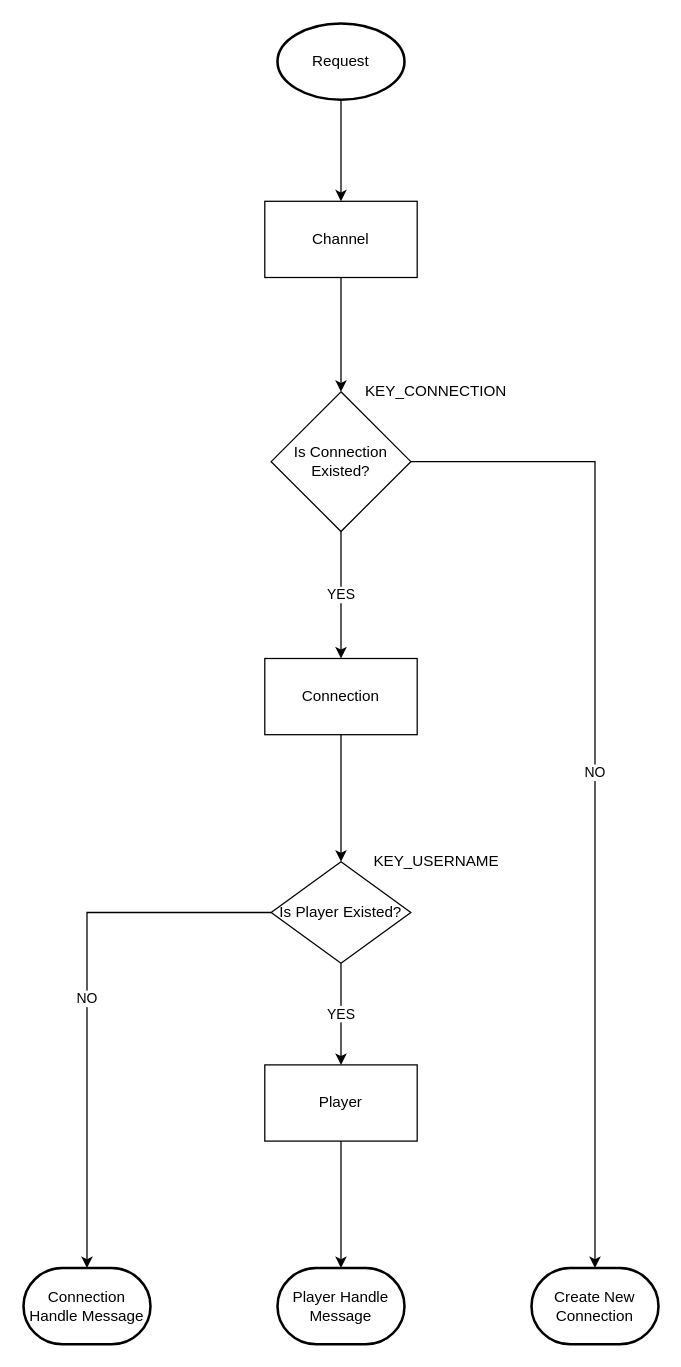
Earlier version of the draw.io diagram page "Channel Mechanism" (1 of 4) of documents/flowchart/tenio.drawio (congcoi123/tenio). Source tidied: cells renumbered, new cells numbered last; positions are measured from the earlier drawing's top-left corner, leaving out a move shared by most shapes. Both pictures are drawn from the tidied source at 127%, with x=0, y=0 at pixel (23, 23).
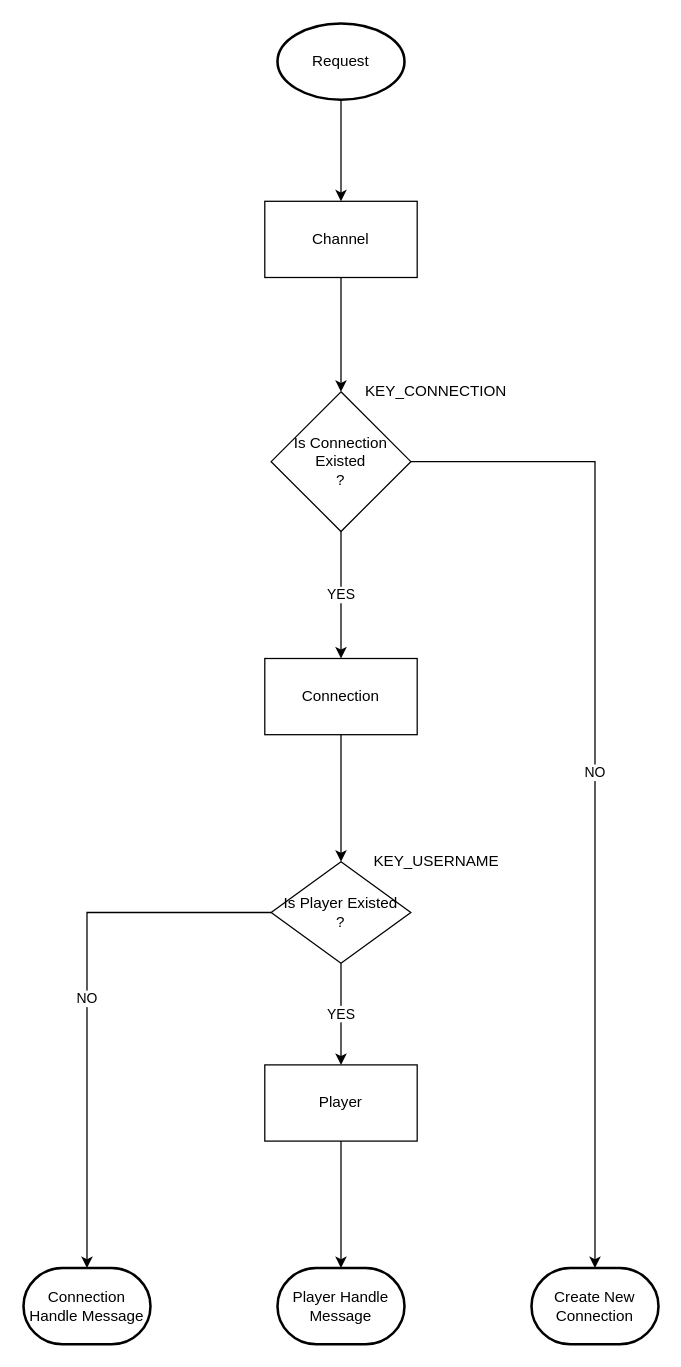
The same page after the edit.

The edit, as a diff of the source:
```diff
@@
-    <mxCell id="8" value="Is Player Existed?" style="rhombus;whiteSpace=wrap;html=1;" parent="1" vertex="1">
+    <mxCell id="8" value="Is Player Existed&lt;br&gt;?" style="rhombus;whiteSpace=wrap;html=1;" parent="1" vertex="1">
       <mxGeometry x="195" y="660" width="110" height="80" as="geometry" />
     </mxCell>
@@
-    <mxCell id="15" value="Is Connection Existed?" style="rhombus;whiteSpace=wrap;html=1;" parent="1" vertex="1">
+    <mxCell id="15" value="Is Connection Existed&lt;br&gt;?" style="rhombus;whiteSpace=wrap;html=1;" parent="1" vertex="1">
       <mxGeometry x="195" y="290" width="110" height="110" as="geometry" />
     </mxCell>
```
